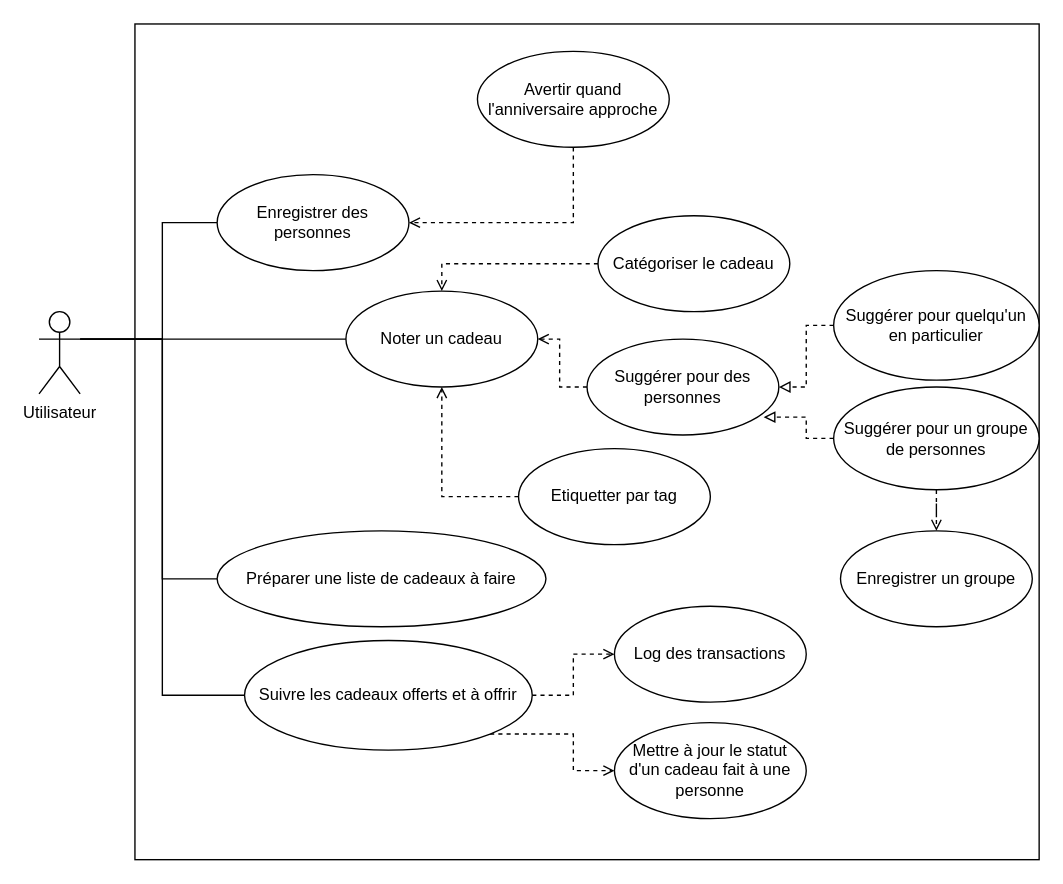
Lune00/project-wish-to-offer keeps this draw.io diagram as conceptionv2/use-case/use-case.drawio. Above is the earlier version. Source tidied: cells renumbered, new cells numbered last; positions are measured from the earlier drawing's top-left corner, leaving out a move shared by most shapes. Both pictures are drawn from the tidied source at 137%, with x=0, y=0 at pixel (38, 23).
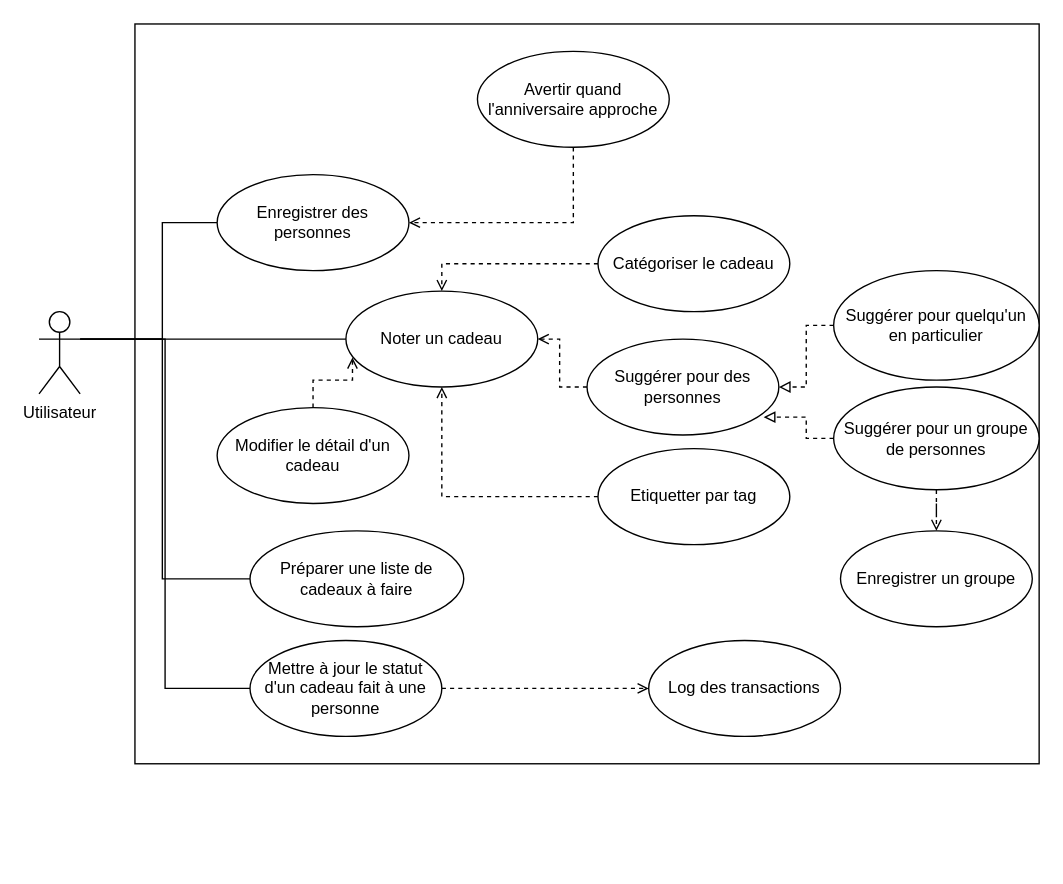
After the change.

The change refers to these unchanged cells:
```xml
<mxCell id="2" value="Utilisateur" style="shape=umlActor;verticalLabelPosition=bottom;labelBackgroundColor=#ffffff;verticalAlign=top;html=1;" parent="1" vertex="1">
  <mxGeometry y="210" width="30" height="60" as="geometry" />
</mxCell>
<mxCell id="5" value="Noter un cadeau" style="ellipse;whiteSpace=wrap;html=1;" parent="1" vertex="1">
  <mxGeometry x="224" y="195" width="140" height="70" as="geometry" />
</mxCell>
```

What changed in the source:
```diff
@@
     <mxCell id="3" style="html=1;" parent="1" vertex="1">
-      <mxGeometry x="70" width="660" height="610" as="geometry" />
+      <mxGeometry x="70" width="660" height="540" as="geometry" />
     </mxCell>
@@
     <mxCell id="9" value="Etiquetter par tag" style="ellipse;whiteSpace=wrap;html=1;" parent="1" vertex="1">
-      <mxGeometry x="350" y="310" width="140" height="70" as="geometry" />
+      <mxGeometry x="408" y="310" width="140" height="70" as="geometry" />
     </mxCell>
@@
     <mxCell id="15" value="Préparer une liste de cadeaux à faire" style="ellipse;whiteSpace=wrap;html=1;" parent="1" vertex="1">
-      <mxGeometry x="130" y="370" width="240" height="70" as="geometry" />
+      <mxGeometry x="154" y="370" width="156" height="70" as="geometry" />
     </mxCell>
@@
-    <mxCell id="18" style="edgeStyle=orthogonalEdgeStyle;rounded=0;jettySize=auto;html=1;exitX=0;exitY=0.5;exitDx=0;exitDy=0;entryX=1;entryY=0.3333333333333333;entryDx=0;entryDy=0;entryPerimeter=0;endArrow=none;endFill=0;strokeColor=#000000;" parent="1" edge="1" source="21" target="2">
-      <mxGeometry relative="1" as="geometry" />
+    <mxCell id="18" style="edgeStyle=orthogonalEdgeStyle;rounded=0;jettySize=auto;html=1;entryX=1;entryY=0.3333333333333333;entryDx=0;entryDy=0;entryPerimeter=0;endArrow=none;endFill=0;strokeColor=#000000;" parent="1" edge="1" source="29" target="2">
+      <mxGeometry relative="1" as="geometry">
+        <Array as="points">
+          <mxPoint x="92" y="485" />
+          <mxPoint x="92" y="230" />
+        </Array>
+      </mxGeometry>
     </mxCell>
-    <mxCell id="19" style="edgeStyle=orthogonalEdgeStyle;rounded=0;jettySize=auto;html=1;exitX=1;exitY=0.5;exitDx=0;exitDy=0;entryX=0;entryY=0.5;entryDx=0;entryDy=0;dashed=1;endArrow=open;endFill=0;strokeColor=#000000;" parent="1" edge="1" source="21" target="28">
+    <mxCell id="19" style="edgeStyle=orthogonalEdgeStyle;rounded=0;jettySize=auto;html=1;exitX=1;exitY=0.5;exitDx=0;exitDy=0;entryX=0;entryY=0.5;entryDx=0;entryDy=0;dashed=1;endArrow=open;endFill=0;strokeColor=#000000;" parent="1" edge="1" source="29" target="28">
       <mxGeometry relative="1" as="geometry" />
     </mxCell>
-    <mxCell id="20" style="edgeStyle=orthogonalEdgeStyle;rounded=0;jettySize=auto;html=1;exitX=1;exitY=1;exitDx=0;exitDy=0;dashed=1;endArrow=open;endFill=0;strokeColor=#000000;" parent="1" edge="1" source="21" target="29">
-      <mxGeometry relative="1" as="geometry" />
-    </mxCell>
-    <mxCell id="21" value="Suivre les cadeaux offerts et à offrir" style="ellipse;whiteSpace=wrap;html=1;" parent="1" vertex="1">
-      <mxGeometry x="150" y="450" width="210" height="80" as="geometry" />
-    </mxCell>
@@
     <mxCell id="28" value="Log des transactions" style="ellipse;whiteSpace=wrap;html=1;" parent="1" vertex="1">
-      <mxGeometry x="420" y="425" width="140" height="70" as="geometry" />
+      <mxGeometry x="445" y="450" width="140" height="70" as="geometry" />
     </mxCell>
     <mxCell id="29" value="Mettre à jour le statut d'un cadeau fait à une personne" style="ellipse;whiteSpace=wrap;html=1;" parent="1" vertex="1">
-      <mxGeometry x="420" y="510" width="140" height="70" as="geometry" />
+      <mxGeometry x="154" y="450" width="140" height="70" as="geometry" />
     </mxCell>
+    <mxCell id="30" style="edgeStyle=orthogonalEdgeStyle;rounded=0;jettySize=auto;html=1;exitX=0.5;exitY=0;exitDx=0;exitDy=0;entryX=0.034;entryY=0.692;entryDx=0;entryDy=0;entryPerimeter=0;dashed=1;endArrow=open;endFill=0;strokeColor=#000000;" parent="1" edge="1" source="31" target="5">
+      <mxGeometry relative="1" as="geometry" />
+    </mxCell>
+    <mxCell id="31" value="Modifier le détail d'un cadeau" style="ellipse;whiteSpace=wrap;html=1;" parent="1" vertex="1">
+      <mxGeometry x="130" y="280" width="140" height="70" as="geometry" />
+    </mxCell>
```
